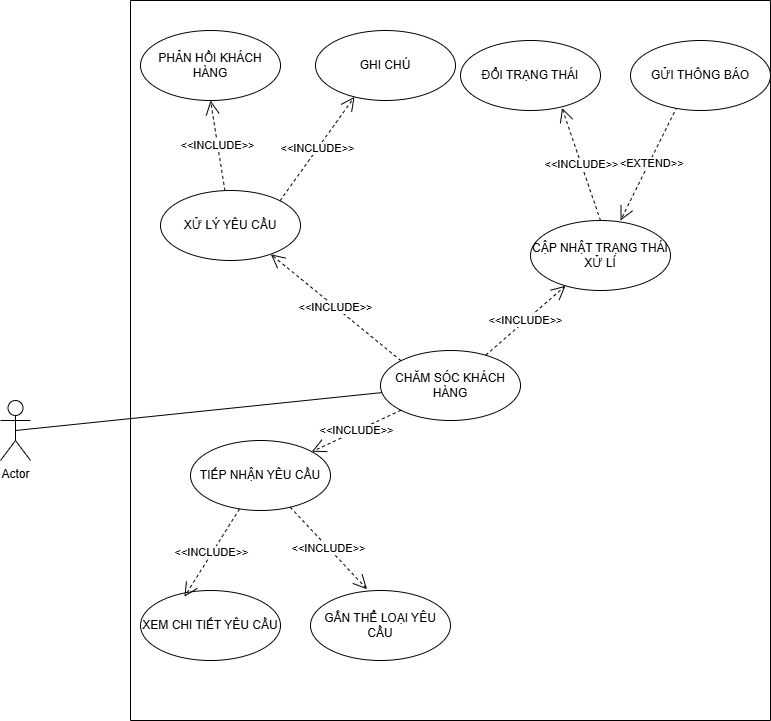
This is customer_care_function.drawio.png from LeQuan114/cinema_system, a draw.io export, as it was before one commit. Source tidied: cells renumbered, new cells last; positions are measured from the earlier drawing's top-left corner, leaving out a move shared by most shapes.
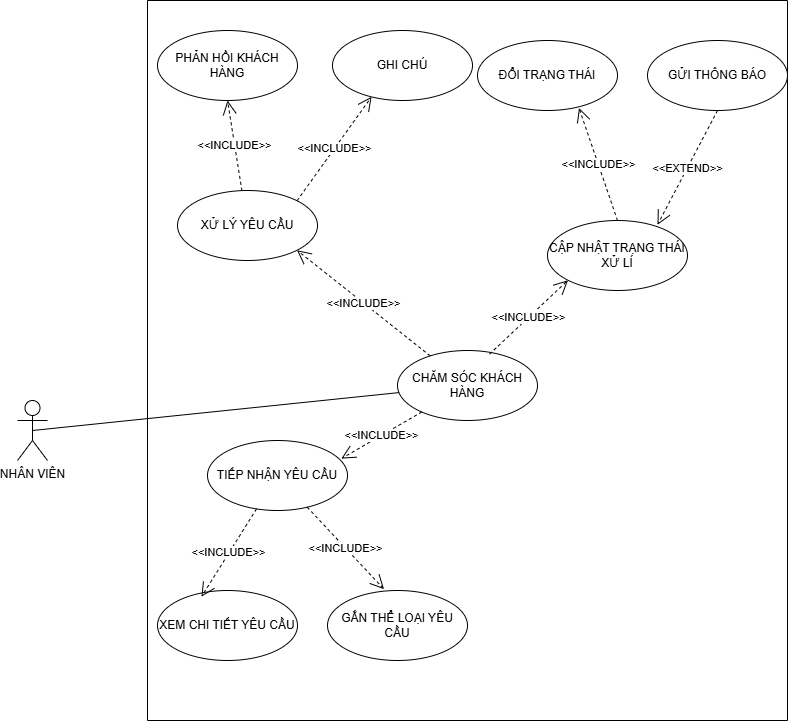
Later version of the same file.

Change to the diagram source:
```diff
@@ -17,10 +17,13 @@
     <mxCell id="6" value="CHĂM SÓC KHÁCH HÀNG" style="ellipse;whiteSpace=wrap;html=1;" parent="2" vertex="1">
       <mxGeometry x="250" y="350" width="140" height="70" as="geometry" />
     </mxCell>
+    <mxCell id="21" value="&amp;lt;&amp;lt;INCLUDE&amp;gt;&amp;gt;" style="endArrow=open;endSize=12;dashed=1;html=1;rounded=0;entryX=1;entryY=1;entryDx=0;entryDy=0;" parent="2" edge="1" source="6" target="5">
+      <mxGeometry relative="1" as="geometry" />
+    </mxCell>
     <mxCell id="7" style="edgeStyle=orthogonalEdgeStyle;rounded=0;orthogonalLoop=1;jettySize=auto;html=1;exitX=0.5;exitY=1;exitDx=0;exitDy=0;" parent="2" edge="1" source="3" target="3">
       <mxGeometry relative="1" as="geometry" />
     </mxCell>
-    <mxCell id="8" value="&amp;lt;&amp;lt;EXTEND&amp;gt;&amp;gt;" style="endArrow=open;endSize=12;dashed=1;html=1;rounded=0;entryX=0.643;entryY=0;entryDx=0;entryDy=0;entryPerimeter=0;exitX=0.332;exitY=0.947;exitDx=0;exitDy=0;exitPerimeter=0;" parent="2" edge="1" source="17" target="4">
+    <mxCell id="8" value="&amp;lt;&amp;lt;INCLUDE&amp;gt;&amp;gt;" style="endArrow=open;endSize=12;dashed=1;html=1;rounded=0;entryX=0.956;entryY=0.259;entryDx=0;entryDy=0;entryPerimeter=0;" parent="2" edge="1" source="6" target="3">
       <mxGeometry relative="1" as="geometry" />
     </mxCell>
     <mxCell id="9" value="GHI CHÚ" style="ellipse;whiteSpace=wrap;html=1;" parent="2" vertex="1">
@@ -53,16 +56,15 @@
     <mxCell id="18" value="ĐỔI TRẠNG THÁI" style="ellipse;whiteSpace=wrap;html=1;" parent="2" vertex="1">
       <mxGeometry x="330" y="40" width="140" height="70" as="geometry" />
     </mxCell>
-    <mxCell id="19" value="&amp;lt;&amp;lt;INCLUDE&amp;gt;&amp;gt;" style="endArrow=open;endSize=12;dashed=1;html=1;rounded=0;" parent="2" edge="1" source="6" target="4">
+    <mxCell id="19" value="&amp;lt;&amp;lt;INCLUDE&amp;gt;&amp;gt;" style="endArrow=open;endSize=12;dashed=1;html=1;rounded=0;entryX=0;entryY=1;entryDx=0;entryDy=0;exitX=0.657;exitY=0.053;exitDx=0;exitDy=0;exitPerimeter=0;" parent="2" edge="1" source="6" target="4">
       <mxGeometry relative="1" as="geometry" />
     </mxCell>
-    <mxCell id="20" value="&amp;lt;&amp;lt;INCLUDE&amp;gt;&amp;gt;" style="endArrow=open;endSize=12;dashed=1;html=1;rounded=0;exitX=0;exitY=1;exitDx=0;exitDy=0;" parent="2" edge="1" source="6" target="3">
-      <mxGeometry relative="1" as="geometry" />
-    </mxCell>
-    <mxCell id="21" value="&amp;lt;&amp;lt;INCLUDE&amp;gt;&amp;gt;" style="endArrow=open;endSize=12;dashed=1;html=1;rounded=0;entryX=0.788;entryY=0.911;entryDx=0;entryDy=0;entryPerimeter=0;exitX=0;exitY=0;exitDx=0;exitDy=0;" parent="2" edge="1" source="6" target="5">
-      <mxGeometry relative="1" as="geometry" />
-    </mxCell>
+    <mxCell id="25" value="&amp;lt;&amp;lt;EXTEND&amp;gt;&amp;gt;" style="endArrow=open;endSize=12;dashed=1;html=1;rounded=0;entryX=0.725;entryY=0.964;entryDx=0;entryDy=0;entryPerimeter=0;exitX=0.5;exitY=1;exitDx=0;exitDy=0;" parent="2" edge="1" source="17">
+      <mxGeometry relative="1" as="geometry">
+        <mxPoint x="510" y="224.3" as="targetPoint" />
+      </mxGeometry>
+    </mxCell>
-    <mxCell id="22" value="Actor" style="shape=umlActor;verticalLabelPosition=bottom;verticalAlign=top;html=1;" parent="1" vertex="1">
+    <mxCell id="22" value="NHÂN VIÊN&lt;div&gt;&lt;br&gt;&lt;/div&gt;" style="shape=umlActor;verticalLabelPosition=bottom;verticalAlign=top;html=1;" parent="1" vertex="1">
       <mxGeometry y="400" width="30" height="60" as="geometry" />
     </mxCell>
     <mxCell id="23" style="endArrow=none;html=1;rounded=0;exitX=0.5;exitY=0.5;exitDx=0;exitDy=0;exitPerimeter=0;" parent="1" edge="1" source="22" target="6">
```
